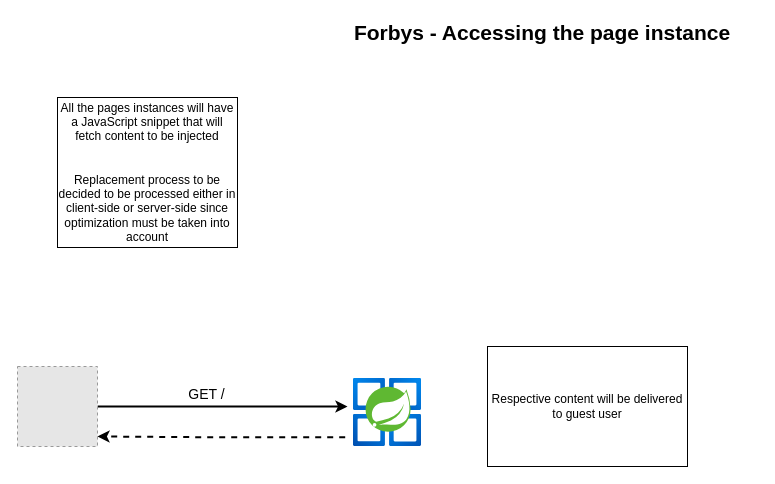
Above: page "Accessing the page instance" (3 of 4) of Diagrama sem nome.drawio in Odrakir1/forbys (draw.io), before the change. Source tidied: cells renumbered, new cells numbered last; positions are measured from the earlier drawing's top-left corner, leaving out a move shared by most shapes. Both pictures are drawn from the tidied source at 100%, with x=0, y=0 at pixel (17, 17). Pictures stored in the file or linked from it are replaced by grey dashed boxes.
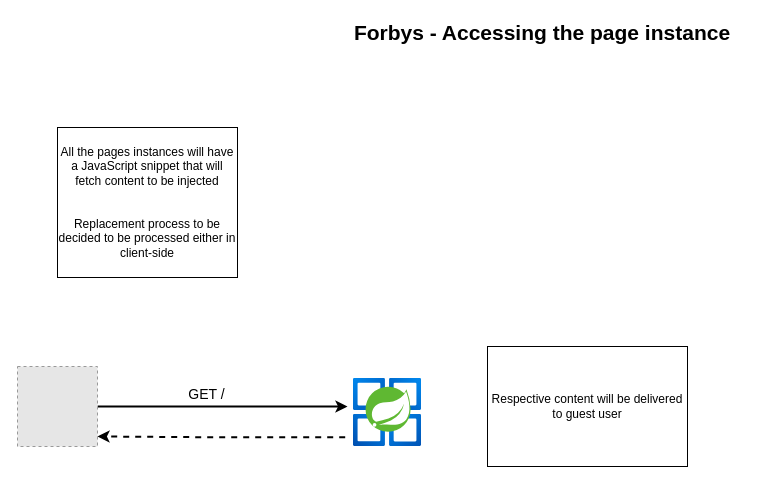
The same diagram, later.

Diff of the diagram source:
```diff
@@
 <mxGraphModel>
   <root>
     <mxCell id="0" />
     <mxCell id="1" parent="0" />
     <mxCell id="2" value="&lt;font style=&quot;font-size: 21px;&quot;&gt;&lt;b&gt;Forbys - Accessing the page instance&lt;/b&gt;&lt;/font&gt;" style="text;html=1;align=center;verticalAlign=middle;whiteSpace=wrap;rounded=0;" parent="1" vertex="1">
       <mxGeometry x="310" width="430" height="30" as="geometry" />
     </mxCell>
     <mxCell id="3" style="edgeStyle=orthogonalEdgeStyle;rounded=0;jettySize=auto;html=1;strokeWidth=2;" parent="1" edge="1" source="5">
       <mxGeometry relative="1" as="geometry">
         <mxPoint x="330" y="389" as="targetPoint" />
       </mxGeometry>
     </mxCell>
     <mxCell id="4" value="&lt;font style=&quot;font-size: 14px;&quot;&gt;GET /&lt;/font&gt;" style="edgeLabel;html=1;align=center;verticalAlign=middle;" parent="3" vertex="1">
       <mxGeometry x="-0.14" y="1" relative="1" as="geometry">
         <mxPoint y="-12" as="offset" />
       </mxGeometry>
     </mxCell>
     <mxCell id="5" style="fillColor=#E6E6E6;strokeColor=#999999;dashed=1;html=1;verticalAlign=top;verticalLabelPosition=bottom;labelBackgroundColor=#ffffff;" parent="1" vertex="1">
       <mxGeometry y="349" width="80" height="80" as="geometry" />
     </mxCell>
     <mxCell id="6" style="edgeStyle=orthogonalEdgeStyle;rounded=0;orthogonalLoop=1;jettySize=auto;html=1;exitX=0.025;exitY=0.865;exitDx=0;exitDy=0;exitPerimeter=0;strokeWidth=2;dashed=1;" parent="1" edge="1">
       <mxGeometry relative="1" as="geometry">
         <mxPoint x="327.7" y="419.8" as="sourcePoint" />
         <mxPoint x="80" y="419" as="targetPoint" />
         <Array as="points">
           <mxPoint x="204" y="420" />
         </Array>
       </mxGeometry>
     </mxCell>
     <mxCell id="7" style="image;html=1;align=center;fontSize=12;image=img/lib/azure2/compute/Azure_Spring_Cloud.svg;" parent="1" vertex="1">
       <mxGeometry x="336" y="361" width="68" height="68" as="geometry" />
     </mxCell>
-    <mxCell id="8" value="All the pages instances will have a JavaScript snippet that will fetch content to be injected&lt;br&gt;&lt;br&gt;&lt;br&gt;Replacement process to be decided to be processed either in client-side or server-side since optimization must be taken into account" style="rounded=0;whiteSpace=wrap;html=1;" parent="1" vertex="1">
-      <mxGeometry x="40" y="80" width="180" height="150" as="geometry" />
+    <mxCell id="8" value="All the pages instances will have a JavaScript snippet that will fetch content to be injected&lt;br&gt;&lt;br&gt;&lt;br&gt;Replacement process to be decided to be processed either in client-side" style="rounded=0;whiteSpace=wrap;html=1;" parent="1" vertex="1">
+      <mxGeometry x="40" y="110" width="180" height="150" as="geometry" />
     </mxCell>
     <mxCell id="9" value="Respective content will be delivered to guest user" style="rounded=0;whiteSpace=wrap;html=1;" parent="1" vertex="1">
       <mxGeometry x="470" y="329" width="200" height="120" as="geometry" />
     </mxCell>
   </root>
 </mxGraphModel>
```
